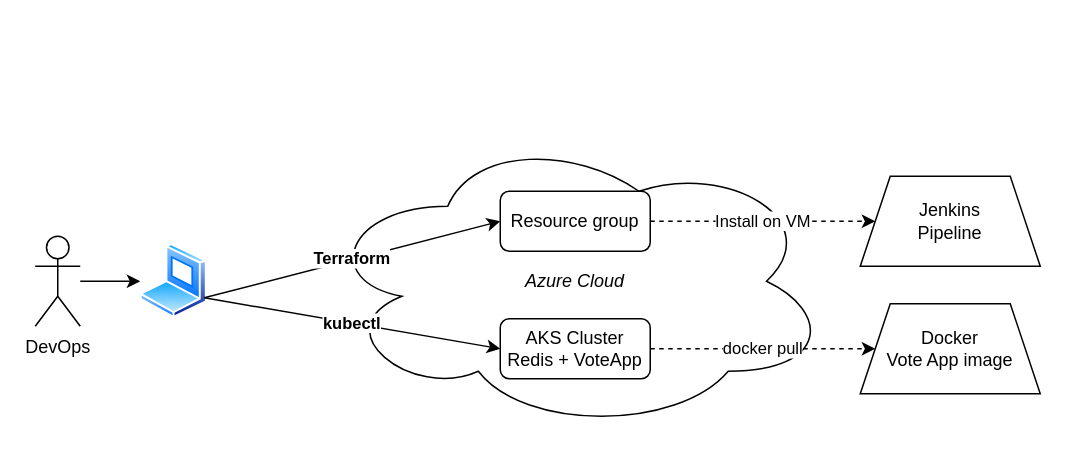
This is cluster.drawio from Simplon-CeliaOuedraogo/Brief7, a draw.io file, before an edit. Source tidied: cells renumbered, new cells numbered last; positions are measured from the earlier drawing's top-left corner, leaving out a move shared by most shapes. Both pictures are drawn from the tidied source at 150%, with x=0, y=0 at pixel (34, 130).
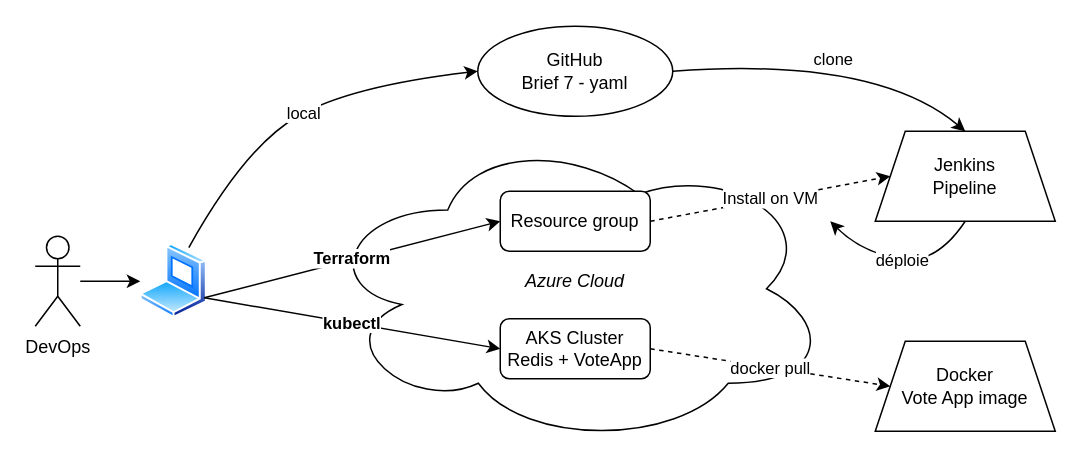
After the change.

Commit message:
Mettre à jour cluster.drawio

Unchanged cells that the change refers to:
```xml
<mxCell id="4" style="perimeter=ellipsePerimeter;html=1;align=center;shadow=0;dashed=0;spacingTop=3;image;image=img/lib/active_directory/laptop_client.svg;" parent="1" vertex="1">
  <mxGeometry x="70" y="75" width="45" height="50" as="geometry" />
</mxCell>
```

Diff of the diagram source:
```diff
@@
     <mxCell id="5" style="ellipse;shape=cloud;whiteSpace=wrap;html=1;" parent="1" vertex="1">
-      <mxGeometry x="190" width="340" height="200" as="geometry" />
+      <mxGeometry x="190" width="340" height="210" as="geometry" />
     </mxCell>
@@
     <mxCell id="8" value="&lt;div&gt;Docker&lt;/div&gt;&lt;div&gt;Vote App image&lt;br&gt;&lt;/div&gt;" style="shape=trapezoid;perimeter=trapezoidPerimeter;whiteSpace=wrap;html=1;fixedSize=1;" parent="1" vertex="1">
-      <mxGeometry x="550" y="115" width="120" height="60" as="geometry" />
+      <mxGeometry x="560" y="140" width="120" height="60" as="geometry" />
     </mxCell>
@@
     <mxCell id="13" value="&lt;div&gt;Jenkins&lt;/div&gt;&lt;div&gt;Pipeline&lt;br&gt;&lt;/div&gt;" style="shape=trapezoid;perimeter=trapezoidPerimeter;whiteSpace=wrap;html=1;fixedSize=1;" parent="1" vertex="1">
-      <mxGeometry x="550" y="30" width="120" height="60" as="geometry" />
+      <mxGeometry x="560" width="120" height="60" as="geometry" />
     </mxCell>
@@
+    <mxCell id="15" value="&lt;div&gt;GitHub&lt;/div&gt;&lt;div&gt;Brief 7 - yaml&lt;br&gt;&lt;/div&gt;" style="ellipse;whiteSpace=wrap;html=1;" parent="1" vertex="1">
+      <mxGeometry x="295" y="-70" width="130" height="60" as="geometry" />
+    </mxCell>
+    <mxCell id="16" value="local" style="curved=1;endArrow=classic;html=1;rounded=0;entryX=0;entryY=0.5;entryDx=0;entryDy=0;exitX=0.75;exitY=0;exitDx=0;exitDy=0;" parent="1" edge="1" source="4" target="15">
+      <mxGeometry relative="1" as="geometry">
+        <Array as="points">
+          <mxPoint x="140" y="10" />
+          <mxPoint x="210" y="-30" />
+        </Array>
+      </mxGeometry>
+    </mxCell>
+    <mxCell id="17" value="clone" style="curved=1;endArrow=classic;html=1;rounded=0;exitX=1;exitY=0.5;exitDx=0;exitDy=0;entryX=0.5;entryY=0;entryDx=0;entryDy=0;" parent="1" edge="1" source="15" target="13">
+      <mxGeometry relative="1" as="geometry">
+        <Array as="points">
+          <mxPoint x="560" y="-50" />
+        </Array>
+      </mxGeometry>
+    </mxCell>
+    <mxCell id="18" value="déploie" style="curved=1;endArrow=classic;html=1;rounded=0;exitX=0.5;exitY=1;exitDx=0;exitDy=0;" parent="1" edge="1" source="13">
+      <mxGeometry relative="1" as="geometry">
+        <mxPoint x="530" y="60" as="targetPoint" />
+        <Array as="points">
+          <mxPoint x="600" y="90" />
+          <mxPoint x="550" y="80" />
+        </Array>
+      </mxGeometry>
+    </mxCell>
```
